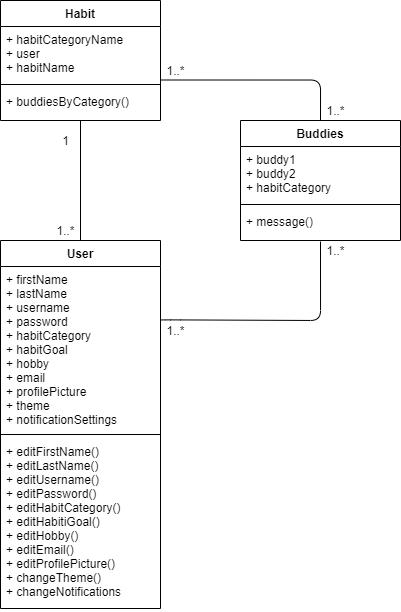
The draw.io diagram domainModel.png in calvin-cs262-fall2020-teamH/habitbuddy-project, before a commit. Source tidied: cells renumbered, new cells last; positions are measured from the earlier drawing's top-left corner, leaving out a move shared by most shapes. Its diagram source:
```xml
<mxGraphModel>
  <root>
    <mxCell id="0" />
    <mxCell id="1" parent="0" />
    <mxCell id="2" value="Habit" style="swimlane;fontStyle=1;align=center;verticalAlign=top;horizontal=1;startSize=26;" parent="1" vertex="1">
      <mxGeometry width="160" height="120" as="geometry" />
    </mxCell>
    <mxCell id="3" value="+ habitCategoryName&#10;+ user&#10;+ habitName" style="text;strokeColor=none;fillColor=none;align=left;verticalAlign=top;spacingLeft=4;spacingRight=4;overflow=hidden;" parent="2" vertex="1">
      <mxGeometry y="26" width="160" height="54" as="geometry" />
    </mxCell>
    <mxCell id="4" style="line;strokeWidth=1;fillColor=none;align=left;verticalAlign=middle;spacingTop=-1;spacingLeft=3;spacingRight=3;labelPosition=right;" parent="2" vertex="1">
      <mxGeometry y="80" width="160" height="8" as="geometry" />
    </mxCell>
    <mxCell id="5" value="+ buddiesByCategory()" style="text;strokeColor=none;fillColor=none;align=left;verticalAlign=top;spacingLeft=4;spacingRight=4;overflow=hidden;points=[[0,0.5],[1,0.5]];portConstraint=eastwest;" parent="2" vertex="1">
      <mxGeometry y="88" width="160" height="32" as="geometry" />
    </mxCell>
    <mxCell id="6" value="User" style="swimlane;fontStyle=1;align=center;verticalAlign=top;horizontal=1;startSize=26;" parent="1" vertex="1">
      <mxGeometry y="240" width="160" height="368" as="geometry" />
    </mxCell>
    <mxCell id="7" value="+ firstName&#10;+ lastName&#10;+ username&#10;+ password&#10;+ habitCategory&#10;+ habitGoal&#10;+ hobby&#10;+ email&#10;+ profilePicture&#10;+ theme&#10;+ notificationSettings" style="text;strokeColor=none;fillColor=none;align=left;verticalAlign=top;spacingLeft=4;spacingRight=4;overflow=hidden;" parent="6" vertex="1">
      <mxGeometry y="26" width="160" height="164" as="geometry" />
    </mxCell>
    <mxCell id="8" style="line;strokeWidth=1;fillColor=none;align=left;verticalAlign=middle;spacingTop=-1;spacingLeft=3;spacingRight=3;labelPosition=right;" parent="6" vertex="1">
      <mxGeometry y="190" width="160" height="8" as="geometry" />
    </mxCell>
    <mxCell id="9" value="+ editFirstName()&#10;+ editLastName()&#10;+ editUsername()&#10;+ editPassword()&#10;+ editHabitCategory()&#10;+ editHabitiGoal()&#10;+ editHobby()&#10;+ editEmail()&#10;+ editProfilePicture()&#10;+ changeTheme()&#10;+ changeNotifications" style="text;strokeColor=none;fillColor=none;align=left;verticalAlign=top;spacingLeft=4;spacingRight=4;overflow=hidden;" parent="6" vertex="1">
      <mxGeometry y="198" width="160" height="170" as="geometry" />
    </mxCell>
    <mxCell id="10" style="endArrow=none;html=1;edgeStyle=orthogonalEdgeStyle;entryX=0.5;entryY=0;entryDx=0;entryDy=0;exitX=0.5;exitY=0.983;exitDx=0;exitDy=0;exitPerimeter=0;" parent="1" edge="1" source="5" target="6">
      <mxGeometry relative="1" as="geometry" />
    </mxCell>
    <mxCell id="11" value="Buddies" style="swimlane;fontStyle=1;align=center;verticalAlign=top;horizontal=1;startSize=26;" parent="1" vertex="1">
      <mxGeometry x="240" y="120" width="160" height="120" as="geometry" />
    </mxCell>
    <mxCell id="12" value="+ buddy1&#10;+ buddy2&#10;+ habitCategory" style="text;strokeColor=none;fillColor=none;align=left;verticalAlign=top;spacingLeft=4;spacingRight=4;overflow=hidden;" parent="11" vertex="1">
      <mxGeometry y="26" width="160" height="54" as="geometry" />
    </mxCell>
    <mxCell id="13" style="line;strokeWidth=1;fillColor=none;align=left;verticalAlign=middle;spacingTop=-1;spacingLeft=3;spacingRight=3;labelPosition=right;" parent="11" vertex="1">
      <mxGeometry y="80" width="160" height="8" as="geometry" />
    </mxCell>
    <mxCell id="14" value="+ message()" style="text;strokeColor=none;fillColor=none;align=left;verticalAlign=top;spacingLeft=4;spacingRight=4;overflow=hidden;points=[[0,0.5],[1,0.5]];portConstraint=eastwest;" parent="11" vertex="1">
      <mxGeometry y="88" width="160" height="32" as="geometry" />
    </mxCell>
    <mxCell id="15" style="endArrow=none;html=1;edgeStyle=orthogonalEdgeStyle;entryX=0.5;entryY=0;entryDx=0;entryDy=0;" parent="1" edge="1" target="11">
      <mxGeometry relative="1" as="geometry">
        <mxPoint x="160" y="79.5" as="sourcePoint" />
      </mxGeometry>
    </mxCell>
    <mxCell id="16" style="endArrow=none;html=1;edgeStyle=orthogonalEdgeStyle;entryX=0.5;entryY=1.033;entryDx=0;entryDy=0;entryPerimeter=0;exitX=0.021;exitY=-0.028;exitDx=0;exitDy=0;exitPerimeter=0;" parent="1" edge="1" source="22" target="14">
      <mxGeometry relative="1" as="geometry">
        <Array as="points">
          <mxPoint x="170" y="319" />
          <mxPoint x="320" y="320" />
        </Array>
      </mxGeometry>
    </mxCell>
    <mxCell id="17" value="1&lt;br&gt;" style="text;html=1;align=center;verticalAlign=middle;" parent="1" vertex="1">
      <mxGeometry x="55" y="130" width="20" height="20" as="geometry" />
    </mxCell>
    <mxCell id="18" value="1..*" style="text;html=1;align=center;verticalAlign=middle;" parent="1" vertex="1">
      <mxGeometry x="50" y="220" width="30" height="20" as="geometry" />
    </mxCell>
    <mxCell id="19" value="1..*" style="text;html=1;align=center;verticalAlign=middle;" parent="1" vertex="1">
      <mxGeometry x="320" y="240" width="30" height="20" as="geometry" />
    </mxCell>
    <mxCell id="20" value="1..*" style="text;html=1;align=center;verticalAlign=middle;" parent="1" vertex="1">
      <mxGeometry x="160" y="60" width="30" height="20" as="geometry" />
    </mxCell>
    <mxCell id="21" value="1..*" style="text;html=1;align=center;verticalAlign=middle;" parent="1" vertex="1">
      <mxGeometry x="320" y="100" width="30" height="20" as="geometry" />
    </mxCell>
    <mxCell id="22" value="1..*" style="text;html=1;align=center;verticalAlign=middle;points=[];" parent="1" vertex="1">
      <mxGeometry x="160" y="320" width="30" height="20" as="geometry" />
    </mxCell>
  </root>
</mxGraphModel>
```
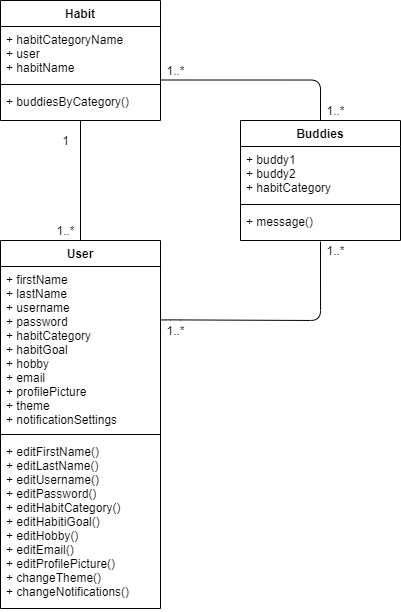
The same file after the commit.

Diff of the diagram source:
```diff
@@ -23,7 +23,7 @@
     <mxCell id="8" style="line;strokeWidth=1;fillColor=none;align=left;verticalAlign=middle;spacingTop=-1;spacingLeft=3;spacingRight=3;labelPosition=right;" parent="6" vertex="1">
       <mxGeometry y="190" width="160" height="8" as="geometry" />
     </mxCell>
-    <mxCell id="9" value="+ editFirstName()&#10;+ editLastName()&#10;+ editUsername()&#10;+ editPassword()&#10;+ editHabitCategory()&#10;+ editHabitiGoal()&#10;+ editHobby()&#10;+ editEmail()&#10;+ editProfilePicture()&#10;+ changeTheme()&#10;+ changeNotifications" style="text;strokeColor=none;fillColor=none;align=left;verticalAlign=top;spacingLeft=4;spacingRight=4;overflow=hidden;" parent="6" vertex="1">
+    <mxCell id="9" value="+ editFirstName()&#10;+ editLastName()&#10;+ editUsername()&#10;+ editPassword()&#10;+ editHabitCategory()&#10;+ editHabitiGoal()&#10;+ editHobby()&#10;+ editEmail()&#10;+ editProfilePicture()&#10;+ changeTheme()&#10;+ changeNotifications()" style="text;strokeColor=none;fillColor=none;align=left;verticalAlign=top;spacingLeft=4;spacingRight=4;overflow=hidden;" parent="6" vertex="1">
       <mxGeometry y="198" width="160" height="170" as="geometry" />
     </mxCell>
     <mxCell id="10" style="endArrow=none;html=1;edgeStyle=orthogonalEdgeStyle;entryX=0.5;entryY=0;entryDx=0;entryDy=0;exitX=0.5;exitY=0.983;exitDx=0;exitDy=0;exitPerimeter=0;" parent="1" edge="1" source="5" target="6">
```
